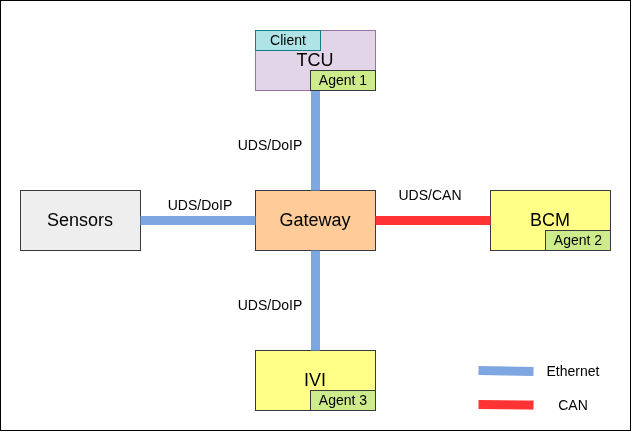
Komal-kalyanraman/virtual-car keeps this draw.io diagram as docs/virtual-car.png. Above is the earlier version. Source tidied: cells renumbered, new cells last; positions are measured from the earlier drawing's top-left corner, leaving out a move shared by most shapes. Its diagram source:
```xml
<mxGraphModel>
  <root>
    <mxCell id="0" />
    <mxCell id="1" parent="0" />
    <mxCell id="2" style="rounded=0;whiteSpace=wrap;html=1;" parent="1" vertex="1">
      <mxGeometry width="630" height="430" as="geometry" />
    </mxCell>
    <mxCell id="3" value="&lt;font style=&quot;font-size: 18px;&quot;&gt;TCU&lt;/font&gt;" style="rounded=0;whiteSpace=wrap;html=1;fillColor=#e1d5e7;strokeColor=#9673a6;" parent="1" vertex="1">
      <mxGeometry x="255" y="30" width="120" height="60" as="geometry" />
    </mxCell>
    <mxCell id="4" value="&lt;font style=&quot;font-size: 18px;&quot;&gt;Gateway&lt;/font&gt;" style="rounded=0;whiteSpace=wrap;html=1;fillColor=#ffcc99;strokeColor=#36393d;" parent="1" vertex="1">
      <mxGeometry x="255" y="190" width="120" height="60" as="geometry" />
    </mxCell>
    <mxCell id="5" value="&lt;font style=&quot;font-size: 18px;&quot;&gt;Sensors&lt;/font&gt;" style="rounded=0;whiteSpace=wrap;html=1;fillColor=#eeeeee;strokeColor=#36393d;" parent="1" vertex="1">
      <mxGeometry x="20" y="190" width="120" height="60" as="geometry" />
    </mxCell>
    <mxCell id="6" value="&lt;font style=&quot;font-size: 18px;&quot;&gt;IVI&lt;/font&gt;" style="rounded=0;whiteSpace=wrap;html=1;fillColor=#ffff88;strokeColor=#36393d;" parent="1" vertex="1">
      <mxGeometry x="255" y="350" width="120" height="60" as="geometry" />
    </mxCell>
    <mxCell id="7" style="endArrow=none;html=1;rounded=0;exitX=1;exitY=0.5;exitDx=0;exitDy=0;entryX=0;entryY=0.5;entryDx=0;entryDy=0;strokeColor=#7EA6E0;strokeWidth=9;" parent="1" edge="1" source="5" target="4">
      <mxGeometry relative="1" as="geometry" />
    </mxCell>
    <mxCell id="8" style="endArrow=none;html=1;rounded=0;entryX=0.5;entryY=1;entryDx=0;entryDy=0;exitX=0.5;exitY=0;exitDx=0;exitDy=0;strokeColor=#7EA6E0;strokeWidth=9;" parent="1" edge="1" source="4" target="3">
      <mxGeometry relative="1" as="geometry" />
    </mxCell>
    <mxCell id="9" value="&lt;font style=&quot;font-size: 18px;&quot;&gt;BCM&lt;/font&gt;" style="rounded=0;whiteSpace=wrap;html=1;fillColor=#ffff88;strokeColor=#36393d;" parent="1" vertex="1">
      <mxGeometry x="490" y="190" width="120" height="60" as="geometry" />
    </mxCell>
    <mxCell id="10" style="endArrow=none;html=1;rounded=0;exitX=1;exitY=0.5;exitDx=0;exitDy=0;entryX=0;entryY=0.5;entryDx=0;entryDy=0;strokeWidth=9;strokeColor=#FF3333;" parent="1" edge="1" source="4" target="9">
      <mxGeometry relative="1" as="geometry" />
    </mxCell>
    <mxCell id="11" value="&lt;font style=&quot;font-size: 14px;&quot;&gt;UDS/DoIP&lt;/font&gt;" style="text;html=1;whiteSpace=wrap;strokeColor=none;fillColor=none;align=center;verticalAlign=middle;rounded=0;" parent="1" vertex="1">
      <mxGeometry x="160" y="190" width="80" height="30" as="geometry" />
    </mxCell>
    <mxCell id="12" style="endArrow=none;html=1;rounded=0;entryX=0.5;entryY=1;entryDx=0;entryDy=0;exitX=0.5;exitY=0;exitDx=0;exitDy=0;strokeColor=#7EA6E0;strokeWidth=9;" parent="1" edge="1" source="6" target="4">
      <mxGeometry relative="1" as="geometry" />
    </mxCell>
    <mxCell id="13" value="&lt;font style=&quot;font-size: 14px;&quot;&gt;UDS/DoIP&lt;/font&gt;" style="text;html=1;whiteSpace=wrap;strokeColor=none;fillColor=none;align=center;verticalAlign=middle;rounded=0;" parent="1" vertex="1">
      <mxGeometry x="230" y="130" width="80" height="30" as="geometry" />
    </mxCell>
    <mxCell id="14" value="&lt;font style=&quot;font-size: 14px;&quot;&gt;UDS/DoIP&lt;/font&gt;" style="text;html=1;whiteSpace=wrap;strokeColor=none;fillColor=none;align=center;verticalAlign=middle;rounded=0;" parent="1" vertex="1">
      <mxGeometry x="230" y="290" width="80" height="30" as="geometry" />
    </mxCell>
    <mxCell id="15" value="&lt;font style=&quot;font-size: 14px;&quot;&gt;UDS/CAN&lt;/font&gt;" style="text;html=1;whiteSpace=wrap;strokeColor=none;fillColor=none;align=center;verticalAlign=middle;rounded=0;" parent="1" vertex="1">
      <mxGeometry x="390" y="180" width="80" height="30" as="geometry" />
    </mxCell>
    <mxCell id="16" style="endArrow=none;html=1;rounded=0;exitX=0.5;exitY=0;exitDx=0;exitDy=0;strokeColor=#7EA6E0;strokeWidth=9;entryX=0;entryY=0.5;entryDx=0;entryDy=0;" parent="1" edge="1" target="17">
      <mxGeometry relative="1" as="geometry">
        <mxPoint x="478" y="370" as="sourcePoint" />
      </mxGeometry>
    </mxCell>
    <mxCell id="17" value="&lt;font style=&quot;font-size: 14px;&quot;&gt;Ethernet&lt;/font&gt;" style="text;html=1;whiteSpace=wrap;strokeColor=none;fillColor=none;align=center;verticalAlign=middle;rounded=0;" parent="1" vertex="1">
      <mxGeometry x="533" y="356" width="80" height="30" as="geometry" />
    </mxCell>
    <mxCell id="18" style="endArrow=none;html=1;rounded=0;exitX=0.5;exitY=0;exitDx=0;exitDy=0;strokeColor=#FF3333;strokeWidth=9;" parent="1" edge="1" target="19">
      <mxGeometry relative="1" as="geometry">
        <mxPoint x="478" y="404" as="sourcePoint" />
      </mxGeometry>
    </mxCell>
    <mxCell id="19" value="&lt;font style=&quot;font-size: 14px;&quot;&gt;CAN&lt;/font&gt;" style="text;html=1;whiteSpace=wrap;strokeColor=none;fillColor=none;align=center;verticalAlign=middle;rounded=0;" parent="1" vertex="1">
      <mxGeometry x="533" y="390" width="80" height="30" as="geometry" />
    </mxCell>
    <mxCell id="20" style="rounded=0;whiteSpace=wrap;html=1;fillColor=#b0e3e6;strokeColor=#0e8088;" parent="1" vertex="1">
      <mxGeometry x="255" y="30" width="65" height="20" as="geometry" />
    </mxCell>
    <mxCell id="21" style="rounded=0;whiteSpace=wrap;html=1;fillColor=#cdeb8b;strokeColor=#36393d;" parent="1" vertex="1">
      <mxGeometry x="310" y="70" width="65" height="20" as="geometry" />
    </mxCell>
    <mxCell id="22" style="rounded=0;whiteSpace=wrap;html=1;fillColor=#cdeb8b;strokeColor=#36393d;" parent="1" vertex="1">
      <mxGeometry x="310" y="390" width="65" height="20" as="geometry" />
    </mxCell>
    <mxCell id="23" style="rounded=0;whiteSpace=wrap;html=1;fillColor=#cdeb8b;strokeColor=#36393d;" parent="1" vertex="1">
      <mxGeometry x="545" y="230" width="65" height="20" as="geometry" />
    </mxCell>
    <mxCell id="24" value="&lt;font style=&quot;font-size: 14px;&quot;&gt;Agent 1&lt;/font&gt;" style="text;html=1;whiteSpace=wrap;strokeColor=none;fillColor=none;align=center;verticalAlign=middle;rounded=0;" parent="1" vertex="1">
      <mxGeometry x="302.5" y="65" width="80" height="30" as="geometry" />
    </mxCell>
    <mxCell id="25" value="&lt;font style=&quot;font-size: 14px;&quot;&gt;Agent 2&lt;/font&gt;" style="text;html=1;whiteSpace=wrap;strokeColor=none;fillColor=none;align=center;verticalAlign=middle;rounded=0;" parent="1" vertex="1">
      <mxGeometry x="537.5" y="225" width="80" height="30" as="geometry" />
    </mxCell>
    <mxCell id="26" value="&lt;font style=&quot;font-size: 14px;&quot;&gt;Agent 3&lt;/font&gt;" style="text;html=1;whiteSpace=wrap;strokeColor=none;fillColor=none;align=center;verticalAlign=middle;rounded=0;" parent="1" vertex="1">
      <mxGeometry x="302.5" y="385" width="80" height="30" as="geometry" />
    </mxCell>
    <mxCell id="27" value="&lt;font style=&quot;font-size: 14px;&quot;&gt;Client&lt;/font&gt;" style="text;html=1;whiteSpace=wrap;strokeColor=none;fillColor=none;align=center;verticalAlign=middle;rounded=0;" parent="1" vertex="1">
      <mxGeometry x="258.8" y="25" width="57.5" height="30" as="geometry" />
    </mxCell>
  </root>
</mxGraphModel>
```
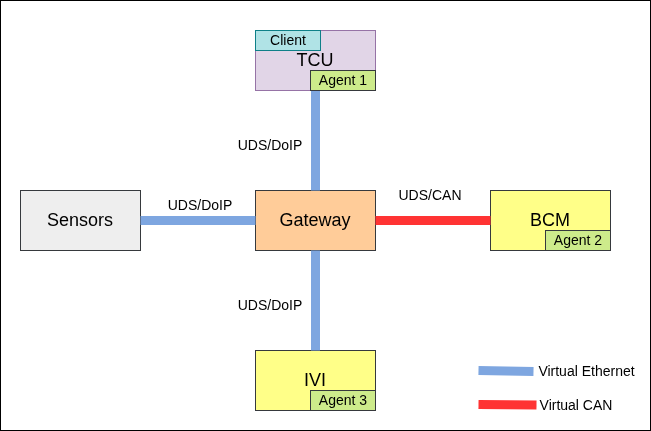
Later version of the same file.

Change to the diagram source:
```diff
@@ -3,7 +3,7 @@
     <mxCell id="0" />
     <mxCell id="1" parent="0" />
     <mxCell id="2" style="rounded=0;whiteSpace=wrap;html=1;" parent="1" vertex="1">
-      <mxGeometry width="630" height="430" as="geometry" />
+      <mxGeometry width="650" height="430" as="geometry" />
     </mxCell>
     <mxCell id="3" value="&lt;font style=&quot;font-size: 18px;&quot;&gt;TCU&lt;/font&gt;" style="rounded=0;whiteSpace=wrap;html=1;fillColor=#e1d5e7;strokeColor=#9673a6;" parent="1" vertex="1">
       <mxGeometry x="255" y="30" width="120" height="60" as="geometry" />
@@ -49,16 +49,16 @@
         <mxPoint x="478" y="370" as="sourcePoint" />
       </mxGeometry>
     </mxCell>
-    <mxCell id="17" value="&lt;font style=&quot;font-size: 14px;&quot;&gt;Ethernet&lt;/font&gt;" style="text;html=1;whiteSpace=wrap;strokeColor=none;fillColor=none;align=center;verticalAlign=middle;rounded=0;" parent="1" vertex="1">
-      <mxGeometry x="533" y="356" width="80" height="30" as="geometry" />
+    <mxCell id="17" value="&lt;font style=&quot;font-size: 14px;&quot;&gt;Virtual Ethernet&lt;/font&gt;" style="text;html=1;whiteSpace=wrap;strokeColor=none;fillColor=none;align=center;verticalAlign=middle;rounded=0;" parent="1" vertex="1">
+      <mxGeometry x="533" y="356" width="107" height="30" as="geometry" />
     </mxCell>
     <mxCell id="18" style="endArrow=none;html=1;rounded=0;exitX=0.5;exitY=0;exitDx=0;exitDy=0;strokeColor=#FF3333;strokeWidth=9;" parent="1" edge="1" target="19">
       <mxGeometry relative="1" as="geometry">
         <mxPoint x="478" y="404" as="sourcePoint" />
       </mxGeometry>
     </mxCell>
-    <mxCell id="19" value="&lt;font style=&quot;font-size: 14px;&quot;&gt;CAN&lt;/font&gt;" style="text;html=1;whiteSpace=wrap;strokeColor=none;fillColor=none;align=center;verticalAlign=middle;rounded=0;" parent="1" vertex="1">
-      <mxGeometry x="533" y="390" width="80" height="30" as="geometry" />
+    <mxCell id="19" value="&lt;font style=&quot;font-size: 14px;&quot;&gt;Virtual CAN&lt;/font&gt;" style="text;html=1;whiteSpace=wrap;strokeColor=none;fillColor=none;align=center;verticalAlign=middle;rounded=0;" parent="1" vertex="1">
+      <mxGeometry x="536" y="390" width="80" height="30" as="geometry" />
     </mxCell>
     <mxCell id="20" style="rounded=0;whiteSpace=wrap;html=1;fillColor=#b0e3e6;strokeColor=#0e8088;" parent="1" vertex="1">
       <mxGeometry x="255" y="30" width="65" height="20" as="geometry" />
```
